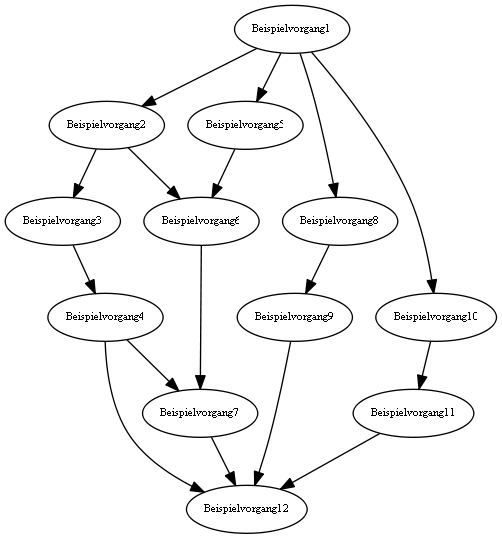
This is app/assets/images/graph.png from rb4k/as-rcpsp, a Graphviz export, as it was before one commit. Its source is kept beside it as graph.dot. The source it was exported from:
```dot
digraph RGL__DirectedAdjacencyGraph {
    46074120 [
        fontsize = 8,
        label = Beispielvorgang1
    ]

    46074060 [
        fontsize = 8,
        label = Beispielvorgang2
    ]

    38053452 [
        fontsize = 8,
        label = Beispielvorgang5
    ]

    34037712 [
        fontsize = 8,
        label = Beispielvorgang8
    ]

    34299132 [
        fontsize = 8,
        label = Beispielvorgang10
    ]

    43286832 [
        fontsize = 8,
        label = Beispielvorgang3
    ]

    44157156 [
        fontsize = 8,
        label = Beispielvorgang6
    ]

    44574288 [
        fontsize = 8,
        label = Beispielvorgang4
    ]

    45127920 [
        fontsize = 8,
        label = Beispielvorgang7
    ]

    45353160 [
        fontsize = 8,
        label = Beispielvorgang12
    ]

    46287060 [
        fontsize = 8,
        label = Beispielvorgang9
    ]

    46499772 [
        fontsize = 8,
        label = Beispielvorgang11
    ]

    46074120 -> 46074060 [
        fontsize = 8
    ]

    46074120 -> 38053452 [
        fontsize = 8
    ]

    46074120 -> 34037712 [
        fontsize = 8
    ]

    46074120 -> 34299132 [
        fontsize = 8
    ]

    46074060 -> 43286832 [
        fontsize = 8
    ]

    46074060 -> 44157156 [
        fontsize = 8
    ]

    38053452 -> 44157156 [
        fontsize = 8
    ]

    34037712 -> 46287060 [
        fontsize = 8
    ]

    34299132 -> 46499772 [
        fontsize = 8
    ]

    43286832 -> 44574288 [
        fontsize = 8
    ]

    44157156 -> 45127920 [
        fontsize = 8
    ]

    44574288 -> 45127920 [
        fontsize = 8
    ]

    44574288 -> 45353160 [
        fontsize = 8
    ]

    45127920 -> 45353160 [
        fontsize = 8
    ]

    46287060 -> 45353160 [
        fontsize = 8
    ]

    46499772 -> 45353160 [
        fontsize = 8
    ]
}
```
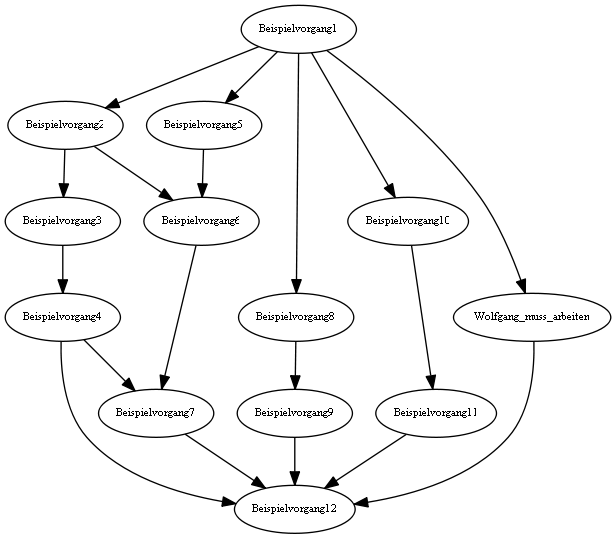
The same diagram one commit later.

Change to the diagram source:
```diff
@@ -1,125 +1,138 @@
 digraph RGL__DirectedAdjacencyGraph {
-    46074120 [
+    46802844 [
         fontsize = 8,
         label = Beispielvorgang1
     ]
 
-    46074060 [
+    46802808 [
         fontsize = 8,
         label = Beispielvorgang2
     ]
 
-    38053452 [
+    47015688 [
         fontsize = 8,
         label = Beispielvorgang5
     ]
 
-    34037712 [
+    47173668 [
         fontsize = 8,
         label = Beispielvorgang8
     ]
 
-    34299132 [
+    47404668 [
         fontsize = 8,
         label = Beispielvorgang10
     ]
 
-    43286832 [
+    47490936 [
         fontsize = 8,
         label = Beispielvorgang3
     ]
 
-    44157156 [
+    47559936 [
         fontsize = 8,
         label = Beispielvorgang6
     ]
 
-    44574288 [
+    47567760 [
         fontsize = 8,
         label = Beispielvorgang4
     ]
 
-    45127920 [
+    47586804 [
         fontsize = 8,
         label = Beispielvorgang7
     ]
 
-    45353160 [
+    47650620 [
         fontsize = 8,
         label = Beispielvorgang12
     ]
 
-    46287060 [
+    47753400 [
         fontsize = 8,
         label = Beispielvorgang9
     ]
 
-    46499772 [
+    47858304 [
         fontsize = 8,
         label = Beispielvorgang11
     ]
 
-    46074120 -> 46074060 [
+    47966496 [
+        fontsize = 8,
+        label = Wolfgang_muss_arbeiten
+    ]
+
+    46802844 -> 46802808 [
         fontsize = 8
     ]
 
-    46074120 -> 38053452 [
+    46802844 -> 47015688 [
         fontsize = 8
     ]
 
-    46074120 -> 34037712 [
+    46802844 -> 47173668 [
         fontsize = 8
     ]
 
-    46074120 -> 34299132 [
+    46802844 -> 47404668 [
         fontsize = 8
     ]
 
-    46074060 -> 43286832 [
+    46802844 -> 47966496 [
         fontsize = 8
     ]
 
-    46074060 -> 44157156 [
+    46802808 -> 47490936 [
         fontsize = 8
     ]
 
-    38053452 -> 44157156 [
+    46802808 -> 47559936 [
         fontsize = 8
     ]
 
-    34037712 -> 46287060 [
+    47015688 -> 47559936 [
         fontsize = 8
     ]
 
-    34299132 -> 46499772 [
+    47173668 -> 47753400 [
         fontsize = 8
     ]
 
-    43286832 -> 44574288 [
+    47404668 -> 47858304 [
         fontsize = 8
     ]
 
-    44157156 -> 45127920 [
+    47490936 -> 47567760 [
         fontsize = 8
     ]
 
-    44574288 -> 45127920 [
+    47559936 -> 47586804 [
         fontsize = 8
     ]
 
-    44574288 -> 45353160 [
+    47567760 -> 47586804 [
         fontsize = 8
     ]
 
-    45127920 -> 45353160 [
+    47567760 -> 47650620 [
         fontsize = 8
     ]
 
-    46287060 -> 45353160 [
+    47586804 -> 47650620 [
         fontsize = 8
     ]
 
-    46499772 -> 45353160 [
+    47753400 -> 47650620 [
+        fontsize = 8
+    ]
+
+    47858304 -> 47650620 [
+        fontsize = 8
+    ]
+
+    47966496 -> 47650620 [
         fontsize = 8
     ]
 }
```
